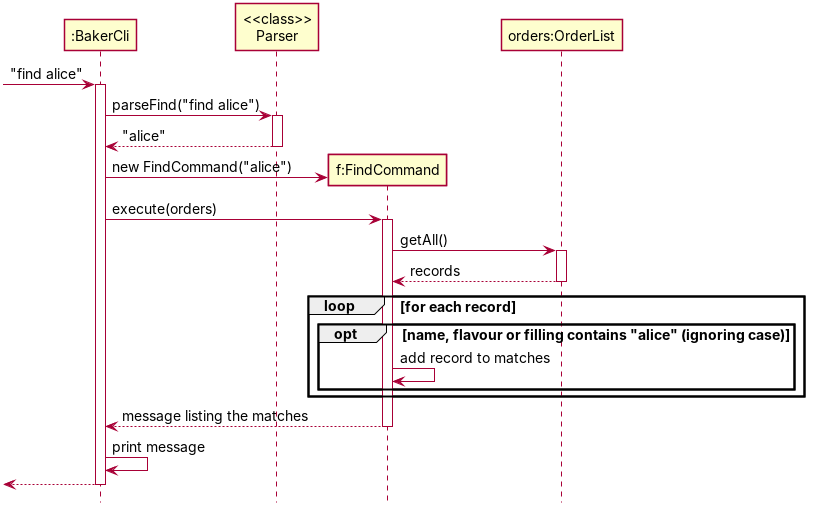
Above: docs/diagrams/FindSequence.png in AY2627S1-CS2113-W12-1/tp (PlantUML), before the change. Its source is kept beside it as docs/diagrams/FindSequence.puml.
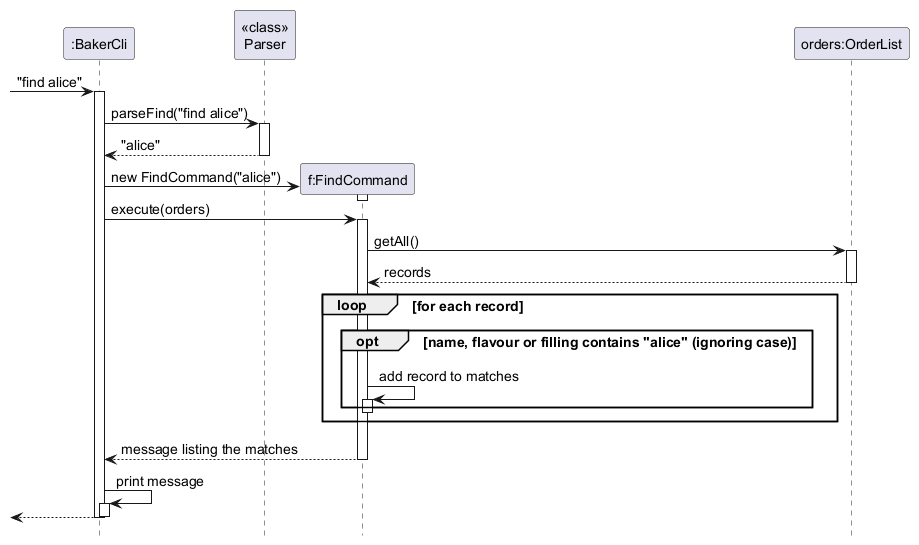
The same file after the commit.

Change to the diagram source:
```diff
@@ -17,6 +17,8 @@
 
 create Find
 Cli -> Find : new FindCommand("alice")
+activate Find
+deactivate Find
 Cli -> Find : execute(orders)
 activate Find
 Find -> Orders : getAll()
@@ -27,12 +29,16 @@
 loop for each record
   opt name, flavour or filling contains "alice" (ignoring case)
     Find -> Find : add record to matches
+    activate Find
+    deactivate Find
   end
 end
 
 Find --> Cli : message listing the matches
 deactivate Find
 Cli -> Cli : print message
+activate Cli
+deactivate Cli
 [<-- Cli
 deactivate Cli
 @enduml
```
